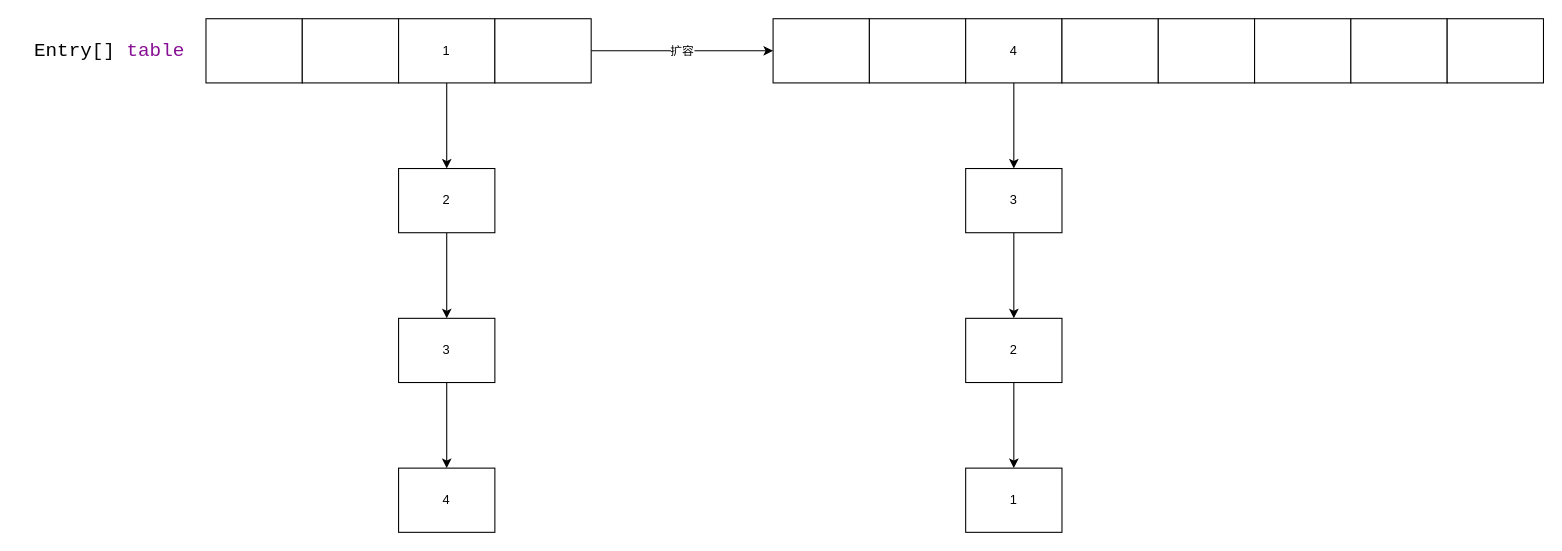
Before: page "1.7HashMap" (2 of 2) of HashMap.drawio in moshan123/draw, a draw.io diagram. Source tidied: cells renumbered, new cells numbered last; positions are measured from the earlier drawing's top-left corner, leaving out a move shared by most shapes. Both pictures are drawn from the tidied source at 107%, with x=0, y=0 at pixel (88, 18).
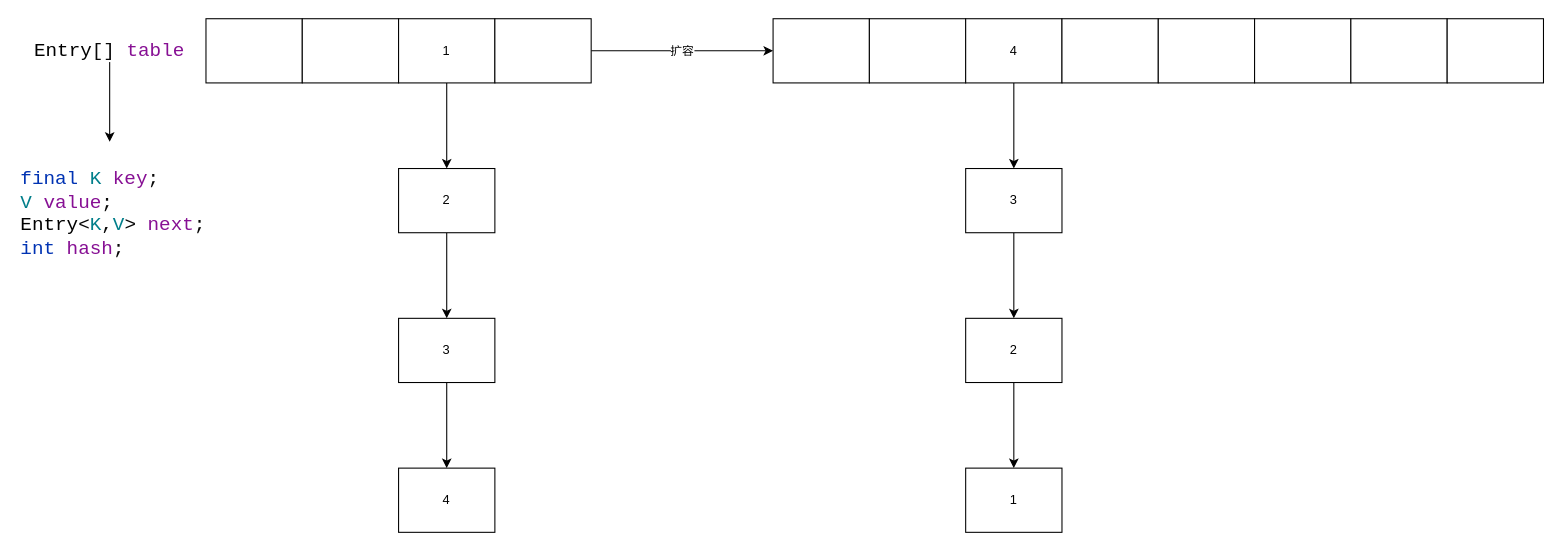
After the change.

The change refers to these unchanged cells:
```xml
<mxCell id="8" value="&lt;pre style=&quot;background-color: #ffffff ; color: #080808 ; font-family: &amp;#34;jetbrains mono&amp;#34; , monospace ; font-size: 13.5pt&quot;&gt;&lt;pre style=&quot;font-family: &amp;#34;jetbrains mono&amp;#34; , monospace ; font-size: 13.5pt&quot;&gt;&lt;span style=&quot;color: #000000&quot;&gt;Entry&lt;/span&gt;[] &lt;span style=&quot;color: #871094&quot;&gt;table&lt;/span&gt;&lt;/pre&gt;&lt;/pre&gt;" style="text;html=1;strokeColor=none;fillColor=none;align=center;verticalAlign=middle;whiteSpace=wrap;rounded=0;" parent="1" vertex="1">
  <mxGeometry y="20" width="40" height="20" as="geometry" />
</mxCell>
```

Change to the diagram source:
```diff
@@
+    <mxCell id="28" style="edgeStyle=orthogonalEdgeStyle;rounded=0;jettySize=auto;html=1;" parent="1" edge="1" source="8" target="29">
+      <mxGeometry relative="1" as="geometry" />
+    </mxCell>
@@
+    <mxCell id="29" value="&lt;pre style=&quot;background-color: #ffffff ; color: #080808 ; font-family: &amp;quot;jetbrains mono&amp;quot; , monospace ; font-size: 13.5pt&quot;&gt;&lt;span style=&quot;color: #0033b3&quot;&gt;final &lt;/span&gt;&lt;span style=&quot;color: #007e8a&quot;&gt;K &lt;/span&gt;&lt;span style=&quot;color: #871094&quot;&gt;key&lt;/span&gt;;&lt;br&gt;&lt;span style=&quot;color: #007e8a&quot;&gt;V &lt;/span&gt;&lt;span style=&quot;color: #871094&quot;&gt;value&lt;/span&gt;;&lt;br&gt;&lt;span style=&quot;color: #000000&quot;&gt;Entry&lt;/span&gt;&amp;lt;&lt;span style=&quot;color: #007e8a&quot;&gt;K&lt;/span&gt;,&lt;span style=&quot;color: #007e8a&quot;&gt;V&lt;/span&gt;&amp;gt; &lt;span style=&quot;color: #871094&quot;&gt;next&lt;/span&gt;;&lt;br&gt;&lt;span style=&quot;color: #0033b3&quot;&gt;int &lt;/span&gt;&lt;span style=&quot;color: #871094&quot;&gt;hash&lt;/span&gt;;&lt;/pre&gt;" style="text;whiteSpace=wrap;html=1;" parent="1" vertex="1">
+      <mxGeometry x="-65" y="115" width="170" height="110" as="geometry" />
+    </mxCell>
```
